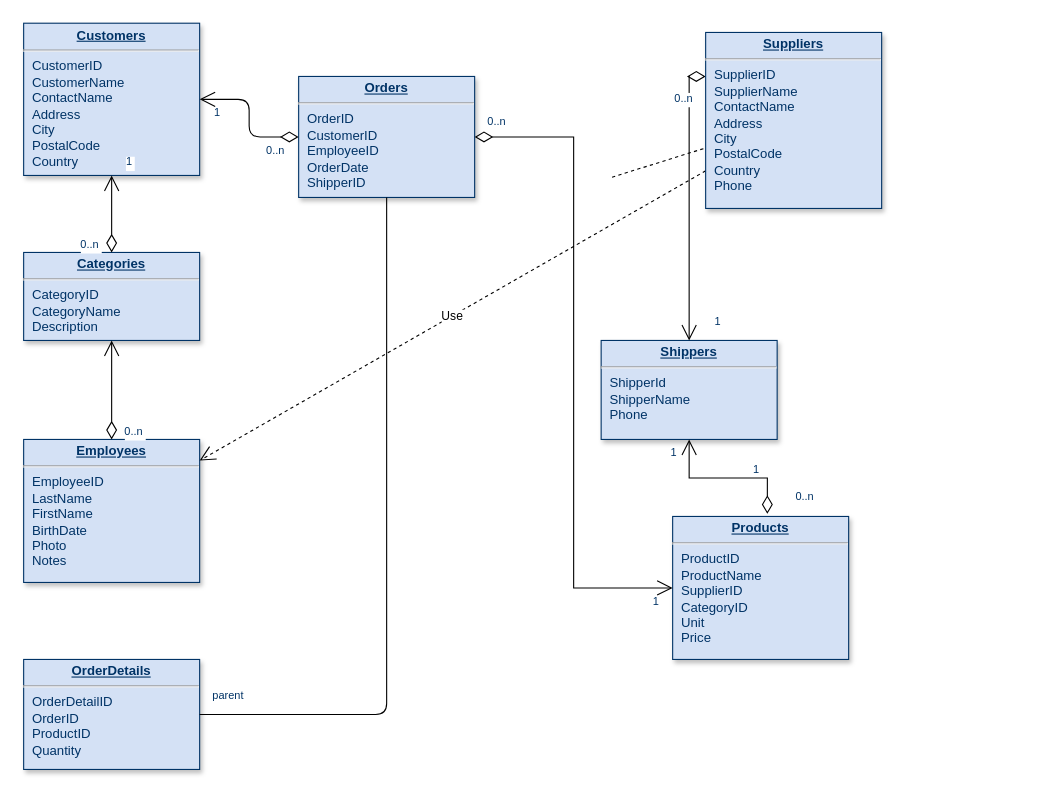
RainerKl/SQL keeps this draw.io diagram as Untitled Diagram.drawio. Above is the earlier version. Source tidied: cells renumbered, new cells numbered last; positions are measured from the earlier drawing's top-left corner, leaving out a move shared by most shapes. Both pictures are drawn from the tidied source at 110%, with x=0, y=0 at pixel (23, 23).
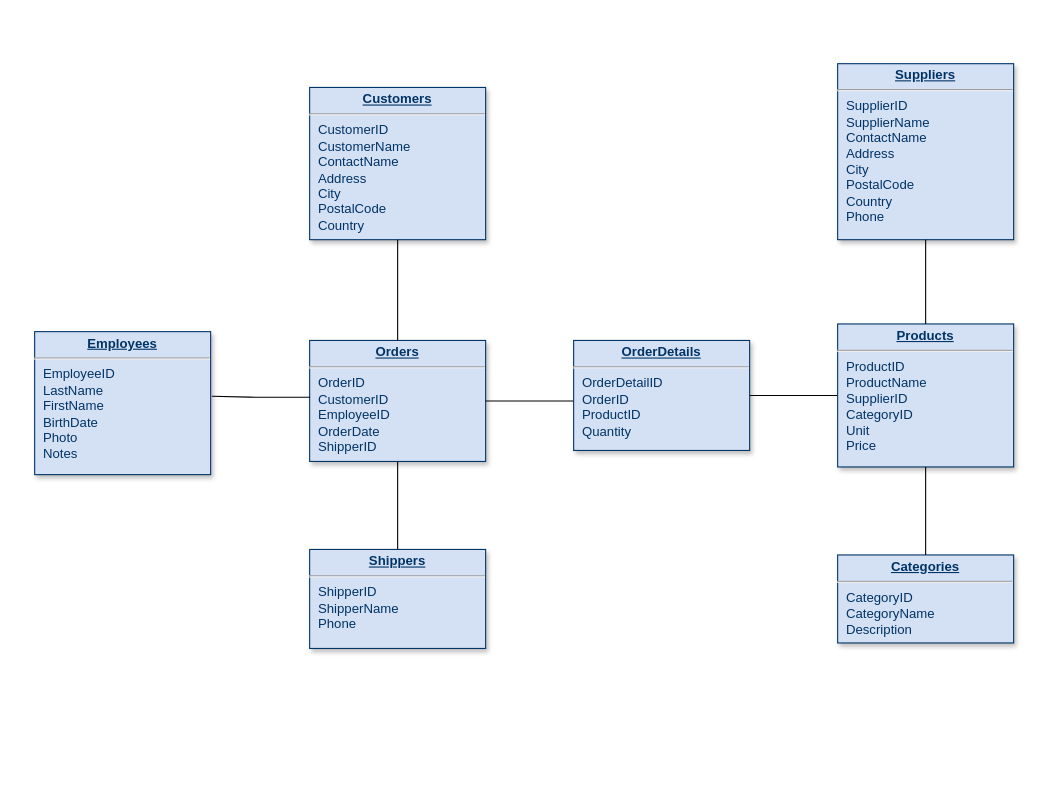
Above is the later version.

What changed in the source:
```diff
@@
     <mxCell id="2" value="&lt;p style=&quot;margin: 0px ; margin-top: 4px ; text-align: center ; text-decoration: underline&quot;&gt;&lt;b&gt;Employees&lt;/b&gt;&lt;/p&gt;&lt;hr&gt;&lt;p style=&quot;margin: 0px ; margin-left: 8px&quot;&gt;EmployeeID&lt;br&gt;LastName&lt;/p&gt;&lt;p style=&quot;margin: 0px ; margin-left: 8px&quot;&gt;FirstName&lt;/p&gt;&lt;p style=&quot;margin: 0px ; margin-left: 8px&quot;&gt;BirthDate&lt;/p&gt;&lt;p style=&quot;margin: 0px ; margin-left: 8px&quot;&gt;Photo&lt;/p&gt;&lt;p style=&quot;margin: 0px ; margin-left: 8px&quot;&gt;Notes&lt;/p&gt;" style="verticalAlign=top;align=left;overflow=fill;fontSize=12;fontFamily=Helvetica;html=1;strokeColor=#003366;shadow=1;fillColor=#D4E1F5;fontColor=#003366;" parent="1" vertex="1">
-      <mxGeometry y="378" width="160" height="130" as="geometry" />
+      <mxGeometry x="10" y="280" width="160" height="130" as="geometry" />
     </mxCell>
-    <mxCell id="3" value="&lt;p style=&quot;margin: 0px ; margin-top: 4px ; text-align: center ; text-decoration: underline&quot;&gt;&lt;b&gt;Categories&lt;/b&gt;&lt;/p&gt;&lt;hr&gt;&lt;p style=&quot;margin: 0px ; margin-left: 8px&quot;&gt;CategoryID&lt;/p&gt;&lt;p style=&quot;margin: 0px ; margin-left: 8px&quot;&gt;CategoryName&lt;/p&gt;&lt;p style=&quot;margin: 0px ; margin-left: 8px&quot;&gt;Description&lt;/p&gt;" style="verticalAlign=top;align=left;overflow=fill;fontSize=12;fontFamily=Helvetica;html=1;strokeColor=#003366;shadow=1;fillColor=#D4E1F5;fontColor=#003366;" parent="1" vertex="1">
-      <mxGeometry y="208" width="160" height="80" as="geometry" />
-    </mxCell>
-    <mxCell id="4" value="&lt;p style=&quot;margin: 0px ; margin-top: 4px ; text-align: center ; text-decoration: underline&quot;&gt;&lt;b&gt;Shippers&lt;/b&gt;&lt;/p&gt;&lt;hr&gt;&lt;p style=&quot;margin: 0px ; margin-left: 8px&quot;&gt;ShipperId&lt;/p&gt;&lt;p style=&quot;margin: 0px ; margin-left: 8px&quot;&gt;&lt;span&gt;ShipperName&lt;/span&gt;&lt;/p&gt;&lt;p style=&quot;margin: 0px ; margin-left: 8px&quot;&gt;&lt;span&gt;Phone&lt;/span&gt;&lt;/p&gt;" style="verticalAlign=top;align=left;overflow=fill;fontSize=12;fontFamily=Helvetica;html=1;strokeColor=#003366;shadow=1;fillColor=#D4E1F5;fontColor=#003366;" parent="1" vertex="1">
-      <mxGeometry x="525" y="288" width="160" height="90" as="geometry" />
+    <mxCell id="4" value="&lt;p style=&quot;margin: 0px ; margin-top: 4px ; text-align: center ; text-decoration: underline&quot;&gt;&lt;b&gt;Shippers&lt;/b&gt;&lt;/p&gt;&lt;hr&gt;&lt;p style=&quot;margin: 0px ; margin-left: 8px&quot;&gt;ShipperID&lt;/p&gt;&lt;p style=&quot;margin: 0px ; margin-left: 8px&quot;&gt;&lt;span&gt;ShipperName&lt;/span&gt;&lt;/p&gt;&lt;p style=&quot;margin: 0px ; margin-left: 8px&quot;&gt;&lt;span&gt;Phone&lt;/span&gt;&lt;/p&gt;" style="verticalAlign=top;align=left;overflow=fill;fontSize=12;fontFamily=Helvetica;html=1;strokeColor=#003366;shadow=1;fillColor=#D4E1F5;fontColor=#003366;" parent="1" vertex="1">
+      <mxGeometry x="260" y="478" width="160" height="90" as="geometry" />
     </mxCell>
     <mxCell id="5" value="&lt;p style=&quot;margin: 0px ; margin-top: 4px ; text-align: center ; text-decoration: underline&quot;&gt;&lt;strong&gt;Customers&lt;/strong&gt;&lt;/p&gt;&lt;hr&gt;&lt;p style=&quot;margin: 0px ; margin-left: 8px&quot;&gt;CustomerID&lt;/p&gt;&lt;p style=&quot;margin: 0px ; margin-left: 8px&quot;&gt;CustomerName&lt;/p&gt;&lt;p style=&quot;margin: 0px ; margin-left: 8px&quot;&gt;ContactName&lt;/p&gt;&lt;p style=&quot;margin: 0px ; margin-left: 8px&quot;&gt;Address&lt;/p&gt;&lt;p style=&quot;margin: 0px ; margin-left: 8px&quot;&gt;City&lt;/p&gt;&lt;p style=&quot;margin: 0px ; margin-left: 8px&quot;&gt;PostalCode&lt;/p&gt;&lt;p style=&quot;margin: 0px ; margin-left: 8px&quot;&gt;Country&lt;/p&gt;" style="verticalAlign=top;align=left;overflow=fill;fontSize=12;fontFamily=Helvetica;html=1;strokeColor=#003366;shadow=1;fillColor=#D4E1F5;fontColor=#003366;" parent="1" vertex="1">
-      <mxGeometry y="-0.4" width="160" height="138.4" as="geometry" />
+      <mxGeometry x="260" y="58" width="160" height="138.4" as="geometry" />
     </mxCell>
+    <mxCell id="8" value="&lt;p style=&quot;margin: 0px ; margin-top: 4px ; text-align: center ; text-decoration: underline&quot;&gt;&lt;b&gt;Orders&lt;/b&gt;&lt;/p&gt;&lt;hr&gt;&lt;p style=&quot;margin: 0px ; margin-left: 8px&quot;&gt;OrderID&lt;/p&gt;&lt;p style=&quot;margin: 0px ; margin-left: 8px&quot;&gt;CustomerID&lt;/p&gt;&lt;p style=&quot;margin: 0px ; margin-left: 8px&quot;&gt;EmployeeID&lt;/p&gt;&lt;p style=&quot;margin: 0px ; margin-left: 8px&quot;&gt;OrderDate&lt;/p&gt;&lt;p style=&quot;margin: 0px ; margin-left: 8px&quot;&gt;ShipperID&lt;/p&gt;" style="verticalAlign=top;align=left;overflow=fill;fontSize=12;fontFamily=Helvetica;html=1;strokeColor=#003366;shadow=1;fillColor=#D4E1F5;fontColor=#003366;" parent="1" vertex="1">
+      <mxGeometry x="260" y="288" width="160" height="110" as="geometry" />
+    </mxCell>
+    <mxCell id="12" style="endArrow=none;endSize=12;startArrow=none;startSize=14;startFill=0;edgeStyle=orthogonalEdgeStyle;rounded=0;endFill=0;exitX=1;exitY=0.5;exitDx=0;exitDy=0;" parent="1" edge="1" source="8" target="6">
+      <mxGeometry x="769.4" y="450" as="geometry">
+        <Array as="points">
+          <mxPoint x="490" y="343" />
+          <mxPoint x="490" y="343" />
+        </Array>
+      </mxGeometry>
+    </mxCell>
+    <mxCell id="18" style="endArrow=none;endSize=12;startArrow=none;startSize=14;startFill=0;edgeStyle=orthogonalEdgeStyle;entryX=0;entryY=0.5;rounded=0;entryDx=0;entryDy=0;endFill=0;exitX=1;exitY=0.5;exitDx=0;exitDy=0;" parent="1" edge="1" source="6" target="7">
+      <mxGeometry x="419.4" y="820" as="geometry" />
+    </mxCell>
+    <mxCell id="24" style="endArrow=none;endSize=12;startArrow=none;startSize=14;startFill=0;edgeStyle=orthogonalEdgeStyle;endFill=0;entryX=0.5;entryY=1;entryDx=0;entryDy=0;exitX=0.5;exitY=0;exitDx=0;exitDy=0;" parent="1" edge="1" source="8" target="5">
+      <mxGeometry x="369.4" y="360" as="geometry">
+        <Array as="points">
+          <mxPoint x="340" y="238" />
+          <mxPoint x="340" y="238" />
+        </Array>
+      </mxGeometry>
+    </mxCell>
+    <mxCell id="30" value="&lt;p style=&quot;margin: 0px ; margin-top: 4px ; text-align: center ; text-decoration: underline&quot;&gt;&lt;b&gt;Suppliers&lt;/b&gt;&lt;/p&gt;&lt;hr&gt;&lt;p style=&quot;margin: 0px ; margin-left: 8px&quot;&gt;SupplierID&lt;/p&gt;&lt;p style=&quot;margin: 0px ; margin-left: 8px&quot;&gt;SupplierName&lt;/p&gt;&lt;p style=&quot;margin: 0px ; margin-left: 8px&quot;&gt;ContactName&lt;/p&gt;&lt;p style=&quot;margin: 0px ; margin-left: 8px&quot;&gt;Address&lt;/p&gt;&lt;p style=&quot;margin: 0px ; margin-left: 8px&quot;&gt;City&lt;/p&gt;&lt;p style=&quot;margin: 0px ; margin-left: 8px&quot;&gt;PostalCode&lt;/p&gt;&lt;p style=&quot;margin: 0px ; margin-left: 8px&quot;&gt;Country&lt;/p&gt;&lt;p style=&quot;margin: 0px ; margin-left: 8px&quot;&gt;Phone&lt;/p&gt;" style="verticalAlign=top;align=left;overflow=fill;fontSize=12;fontFamily=Helvetica;html=1;strokeColor=#003366;shadow=1;fillColor=#D4E1F5;fontColor=#003366;" parent="1" vertex="1">
+      <mxGeometry x="740" y="36.4" width="160" height="160" as="geometry" />
+    </mxCell>
+    <mxCell id="7" value="&lt;p style=&quot;margin: 0px ; margin-top: 4px ; text-align: center ; text-decoration: underline&quot;&gt;&lt;strong&gt;Products&lt;/strong&gt;&lt;/p&gt;&lt;hr&gt;&lt;p style=&quot;margin: 0px ; margin-left: 8px&quot;&gt;ProductID&lt;/p&gt;&lt;p style=&quot;margin: 0px ; margin-left: 8px&quot;&gt;ProductName&lt;/p&gt;&lt;p style=&quot;margin: 0px ; margin-left: 8px&quot;&gt;SupplierID&lt;/p&gt;&lt;p style=&quot;margin: 0px ; margin-left: 8px&quot;&gt;CategoryID&lt;/p&gt;&lt;p style=&quot;margin: 0px ; margin-left: 8px&quot;&gt;Unit&lt;/p&gt;&lt;p style=&quot;margin: 0px ; margin-left: 8px&quot;&gt;Price&lt;/p&gt;" style="verticalAlign=top;align=left;overflow=fill;fontSize=12;fontFamily=Helvetica;html=1;strokeColor=#003366;shadow=1;fillColor=#D4E1F5;fontColor=#003366;" parent="1" vertex="1">
+      <mxGeometry x="740" y="273" width="160" height="130" as="geometry" />
+    </mxCell>
+    <mxCell id="32" style="endArrow=none;endSize=12;startArrow=none;startSize=14;startFill=0;edgeStyle=orthogonalEdgeStyle;entryX=1.007;entryY=0.452;entryDx=0;entryDy=0;entryPerimeter=0;exitX=0.003;exitY=0.47;exitDx=0;exitDy=0;exitPerimeter=0;endFill=0;" parent="1" edge="1" source="8" target="2">
+      <mxGeometry x="379.4" y="370" as="geometry" />
+    </mxCell>
+    <mxCell id="33" style="endArrow=none;endSize=12;startArrow=none;startSize=14;startFill=0;edgeStyle=orthogonalEdgeStyle;endFill=0;exitX=0.5;exitY=1;exitDx=0;exitDy=0;entryX=0.5;entryY=0;entryDx=0;entryDy=0;" parent="1" edge="1" source="8" target="4">
+      <mxGeometry x="645.4" y="372" as="geometry">
+        <Array as="points">
+          <mxPoint x="340" y="468" />
+          <mxPoint x="340" y="468" />
+        </Array>
+      </mxGeometry>
+    </mxCell>
+    <mxCell id="3" value="&lt;p style=&quot;margin: 0px ; margin-top: 4px ; text-align: center ; text-decoration: underline&quot;&gt;&lt;b&gt;Categories&lt;/b&gt;&lt;/p&gt;&lt;hr&gt;&lt;p style=&quot;margin: 0px ; margin-left: 8px&quot;&gt;CategoryID&lt;/p&gt;&lt;p style=&quot;margin: 0px ; margin-left: 8px&quot;&gt;CategoryName&lt;/p&gt;&lt;p style=&quot;margin: 0px ; margin-left: 8px&quot;&gt;Description&lt;/p&gt;" style="verticalAlign=top;align=left;overflow=fill;fontSize=12;fontFamily=Helvetica;html=1;strokeColor=#003366;shadow=1;fillColor=#D4E1F5;fontColor=#003366;" parent="1" vertex="1">
+      <mxGeometry x="740" y="483" width="160" height="80" as="geometry" />
+    </mxCell>
+    <mxCell id="34" style="endArrow=none;endSize=12;startArrow=none;startSize=14;startFill=0;edgeStyle=orthogonalEdgeStyle;rounded=0;endFill=0;exitX=0.5;exitY=0;exitDx=0;exitDy=0;entryX=0.5;entryY=1;entryDx=0;entryDy=0;" parent="1" edge="1" source="3" target="7">
+      <mxGeometry x="1129.4" y="460" as="geometry" />
+    </mxCell>
     <mxCell id="6" value="&lt;p style=&quot;margin: 0px ; margin-top: 4px ; text-align: center ; text-decoration: underline&quot;&gt;&lt;b&gt;OrderDetails&lt;/b&gt;&lt;/p&gt;&lt;hr&gt;&lt;p style=&quot;margin: 0px ; margin-left: 8px&quot;&gt;OrderDetailID&lt;/p&gt;&lt;p style=&quot;margin: 0px ; margin-left: 8px&quot;&gt;OrderID&lt;/p&gt;&lt;p style=&quot;margin: 0px ; margin-left: 8px&quot;&gt;ProductID&lt;/p&gt;&lt;p style=&quot;margin: 0px ; margin-left: 8px&quot;&gt;Quantity&lt;/p&gt;" style="verticalAlign=top;align=left;overflow=fill;fontSize=12;fontFamily=Helvetica;html=1;strokeColor=#003366;shadow=1;fillColor=#D4E1F5;fontColor=#003366;" parent="1" vertex="1">
-      <mxGeometry y="578" width="160" height="100" as="geometry" />
+      <mxGeometry x="500" y="288" width="160" height="100" as="geometry" />
     </mxCell>
-    <mxCell id="7" value="&lt;p style=&quot;margin: 0px ; margin-top: 4px ; text-align: center ; text-decoration: underline&quot;&gt;&lt;strong&gt;Products&lt;/strong&gt;&lt;/p&gt;&lt;hr&gt;&lt;p style=&quot;margin: 0px ; margin-left: 8px&quot;&gt;ProductID&lt;/p&gt;&lt;p style=&quot;margin: 0px ; margin-left: 8px&quot;&gt;ProductName&lt;/p&gt;&lt;p style=&quot;margin: 0px ; margin-left: 8px&quot;&gt;SupplierID&lt;/p&gt;&lt;p style=&quot;margin: 0px ; margin-left: 8px&quot;&gt;CategoryID&lt;/p&gt;&lt;p style=&quot;margin: 0px ; margin-left: 8px&quot;&gt;Unit&lt;/p&gt;&lt;p style=&quot;margin: 0px ; margin-left: 8px&quot;&gt;Price&lt;/p&gt;" style="verticalAlign=top;align=left;overflow=fill;fontSize=12;fontFamily=Helvetica;html=1;strokeColor=#003366;shadow=1;fillColor=#D4E1F5;fontColor=#003366;" parent="1" vertex="1">
-      <mxGeometry x="590" y="448" width="160" height="130" as="geometry" />
-    </mxCell>
-    <mxCell id="8" value="&lt;p style=&quot;margin: 0px ; margin-top: 4px ; text-align: center ; text-decoration: underline&quot;&gt;&lt;b&gt;Orders&lt;/b&gt;&lt;/p&gt;&lt;hr&gt;&lt;p style=&quot;margin: 0px ; margin-left: 8px&quot;&gt;OrderID&lt;/p&gt;&lt;p style=&quot;margin: 0px ; margin-left: 8px&quot;&gt;CustomerID&lt;/p&gt;&lt;p style=&quot;margin: 0px ; margin-left: 8px&quot;&gt;EmployeeID&lt;/p&gt;&lt;p style=&quot;margin: 0px ; margin-left: 8px&quot;&gt;OrderDate&lt;/p&gt;&lt;p style=&quot;margin: 0px ; margin-left: 8px&quot;&gt;ShipperID&lt;/p&gt;" style="verticalAlign=top;align=left;overflow=fill;fontSize=12;fontFamily=Helvetica;html=1;strokeColor=#003366;shadow=1;fillColor=#D4E1F5;fontColor=#003366;" parent="1" vertex="1">
-      <mxGeometry x="250" y="48" width="160" height="110" as="geometry" />
-    </mxCell>
-    <mxCell id="9" style="endArrow=open;endSize=12;startArrow=diamondThin;startSize=14;startFill=0;edgeStyle=orthogonalEdgeStyle;" parent="1" edge="1" source="2" target="3">
-      <mxGeometry y="160" as="geometry" />
-    </mxCell>
-    <mxCell id="10" value="0..n" style="align=left;verticalAlign=top;labelBackgroundColor=#ffffff;fontSize=10;strokeColor=#003366;shadow=1;fillColor=#D4E1F5;fontColor=#003366;" parent="9" vertex="1">
-      <mxGeometry x="-1" relative="1" as="geometry">
-        <mxPoint x="10" y="-20" as="offset" />
-      </mxGeometry>
-    </mxCell>
-    <mxCell id="11" value="1" style="align=right;verticalAlign=top;labelBackgroundColor=#ffffff;fontSize=10;strokeColor=#003366;shadow=1;fillColor=#D4E1F5;fontColor=#003366;" parent="9" vertex="1">
-      <mxGeometry x="1" relative="1" as="geometry">
-        <mxPoint x="590" y="105" as="offset" />
-      </mxGeometry>
-    </mxCell>
-    <mxCell id="12" style="endArrow=open;endSize=12;startArrow=diamondThin;startSize=14;startFill=0;edgeStyle=orthogonalEdgeStyle;exitX=0.538;exitY=-0.018;rounded=0;exitDx=0;exitDy=0;exitPerimeter=0;" parent="1" edge="1" source="7" target="4">
-      <mxGeometry x="769.4" y="450" as="geometry">
-        <Array as="points">
-          <mxPoint x="676" y="413" />
-          <mxPoint x="605" y="413" />
-        </Array>
-      </mxGeometry>
-    </mxCell>
-    <mxCell id="13" value="0..n" style="align=left;verticalAlign=top;labelBackgroundColor=#ffffff;fontSize=10;strokeColor=#003366;shadow=1;fillColor=#D4E1F5;fontColor=#003366;" parent="12" vertex="1">
-      <mxGeometry x="-1" relative="1" as="geometry">
-        <mxPoint x="24" y="-28" as="offset" />
-      </mxGeometry>
-    </mxCell>
-    <mxCell id="14" value="1" style="align=right;verticalAlign=top;labelBackgroundColor=#ffffff;fontSize=10;strokeColor=#003366;shadow=1;fillColor=#D4E1F5;fontColor=#003366;" parent="12" vertex="1">
-      <mxGeometry x="1" relative="1" as="geometry">
-        <mxPoint x="-10" as="offset" />
-      </mxGeometry>
-    </mxCell>
-    <mxCell id="15" style="endArrow=open;endSize=12;startArrow=diamondThin;startSize=14;startFill=0;edgeStyle=orthogonalEdgeStyle;exitX=0;exitY=0.25;rounded=0;" parent="1" edge="1" source="30" target="4">
-      <mxGeometry x="1209.4" y="170" as="geometry" />
-    </mxCell>
-    <mxCell id="16" value="0..n" style="align=left;verticalAlign=top;labelBackgroundColor=#ffffff;fontSize=10;strokeColor=#003366;shadow=1;fillColor=#D4E1F5;fontColor=#003366;" parent="15" vertex="1">
-      <mxGeometry x="-1" relative="1" as="geometry">
-        <mxPoint x="-30" y="7.5" as="offset" />
-      </mxGeometry>
-    </mxCell>
-    <mxCell id="17" value="1" style="align=right;verticalAlign=top;labelBackgroundColor=#ffffff;fontSize=10;strokeColor=#003366;shadow=1;fillColor=#D4E1F5;fontColor=#003366;" parent="15" vertex="1">
-      <mxGeometry x="1" relative="1" as="geometry">
-        <mxPoint x="30" y="-30" as="offset" />
-      </mxGeometry>
-    </mxCell>
-    <mxCell id="18" style="endArrow=open;endSize=12;startArrow=diamondThin;startSize=14;startFill=0;edgeStyle=orthogonalEdgeStyle;entryX=0;entryY=0.5;rounded=0;entryDx=0;entryDy=0;" parent="1" edge="1" source="8" target="7">
-      <mxGeometry x="419.4" y="820" as="geometry" />
-    </mxCell>
-    <mxCell id="19" value="0..n" style="align=left;verticalAlign=top;labelBackgroundColor=#ffffff;fontSize=10;strokeColor=#003366;shadow=1;fillColor=#D4E1F5;fontColor=#003366;" parent="18" vertex="1">
-      <mxGeometry x="-1" relative="1" as="geometry">
-        <mxPoint x="10" y="-26.2" as="offset" />
-      </mxGeometry>
-    </mxCell>
-    <mxCell id="20" value="1" style="align=right;verticalAlign=top;labelBackgroundColor=#ffffff;fontSize=10;strokeColor=#003366;shadow=1;fillColor=#D4E1F5;fontColor=#003366;" parent="18" vertex="1">
-      <mxGeometry x="1" relative="1" as="geometry">
-        <mxPoint x="-11.1" as="offset" />
-      </mxGeometry>
-    </mxCell>
-    <mxCell id="21" style="endArrow=open;endSize=12;startArrow=diamondThin;startSize=14;startFill=0;edgeStyle=orthogonalEdgeStyle;" parent="1" edge="1" source="3" target="5">
-      <mxGeometry x="519.4" y="200" as="geometry" />
-    </mxCell>
-    <mxCell id="22" value="0..n" style="align=left;verticalAlign=top;labelBackgroundColor=#ffffff;fontSize=10;strokeColor=#003366;shadow=1;fillColor=#D4E1F5;fontColor=#003366;" parent="21" vertex="1">
-      <mxGeometry x="-1" relative="1" as="geometry">
-        <mxPoint x="-30" y="-20" as="offset" />
-      </mxGeometry>
-    </mxCell>
-    <mxCell id="23" value="1" style="align=right;verticalAlign=top;labelBackgroundColor=#ffffff;fontSize=10;strokeColor=#003366;shadow=1;fillColor=#D4E1F5;fontColor=#003366;" parent="21" vertex="1">
-      <mxGeometry x="1" relative="1" as="geometry">
-        <mxPoint x="20" y="-25" as="offset" />
-      </mxGeometry>
-    </mxCell>
-    <mxCell id="24" style="endArrow=open;endSize=12;startArrow=diamondThin;startSize=14;startFill=0;edgeStyle=orthogonalEdgeStyle;" parent="1" edge="1" source="8" target="5">
-      <mxGeometry x="369.4" y="360" as="geometry" />
-    </mxCell>
-    <mxCell id="25" value="0..n" style="align=left;verticalAlign=top;labelBackgroundColor=#ffffff;fontSize=10;strokeColor=#003366;shadow=1;fillColor=#D4E1F5;fontColor=#003366;" parent="24" vertex="1">
-      <mxGeometry x="-1" relative="1" as="geometry">
-        <mxPoint x="-31.1" as="offset" />
-      </mxGeometry>
-    </mxCell>
-    <mxCell id="26" value="1" style="align=right;verticalAlign=top;labelBackgroundColor=#ffffff;fontSize=10;strokeColor=#003366;shadow=1;fillColor=#D4E1F5;fontColor=#003366;" parent="24" vertex="1">
-      <mxGeometry x="1" relative="1" as="geometry">
-        <mxPoint x="20" as="offset" />
-      </mxGeometry>
-    </mxCell>
-    <mxCell id="27" value="Use" style="endArrow=open;endSize=12;dashed=1;startArrow=none;" parent="1" edge="1" source="30" target="2">
-      <mxGeometry x="430" y="50" as="geometry" />
-    </mxCell>
-    <mxCell id="28" style="endArrow=none;edgeStyle=orthogonalEdgeStyle;" parent="1" edge="1" source="6" target="8">
-      <mxGeometry x="190" y="950" as="geometry" />
-    </mxCell>
-    <mxCell id="29" value="parent" style="align=left;verticalAlign=bottom;labelBackgroundColor=#ffffff;fontSize=10;strokeColor=#003366;shadow=1;fillColor=#D4E1F5;fontColor=#003366;" parent="28" vertex="1">
-      <mxGeometry x="-1" relative="1" as="geometry">
-        <mxPoint x="10" y="-10" as="offset" />
-      </mxGeometry>
-    </mxCell>
-    <mxCell id="30" value="&lt;p style=&quot;margin: 0px ; margin-top: 4px ; text-align: center ; text-decoration: underline&quot;&gt;&lt;b&gt;Suppliers&lt;/b&gt;&lt;/p&gt;&lt;hr&gt;&lt;p style=&quot;margin: 0px ; margin-left: 8px&quot;&gt;SupplierID&lt;/p&gt;&lt;p style=&quot;margin: 0px ; margin-left: 8px&quot;&gt;SupplierName&lt;/p&gt;&lt;p style=&quot;margin: 0px ; margin-left: 8px&quot;&gt;ContactName&lt;/p&gt;&lt;p style=&quot;margin: 0px ; margin-left: 8px&quot;&gt;Address&lt;/p&gt;&lt;p style=&quot;margin: 0px ; margin-left: 8px&quot;&gt;City&lt;/p&gt;&lt;p style=&quot;margin: 0px ; margin-left: 8px&quot;&gt;PostalCode&lt;/p&gt;&lt;p style=&quot;margin: 0px ; margin-left: 8px&quot;&gt;Country&lt;/p&gt;&lt;p style=&quot;margin: 0px ; margin-left: 8px&quot;&gt;Phone&lt;/p&gt;" style="verticalAlign=top;align=left;overflow=fill;fontSize=12;fontFamily=Helvetica;html=1;strokeColor=#003366;shadow=1;fillColor=#D4E1F5;fontColor=#003366;" parent="1" vertex="1">
-      <mxGeometry x="620" y="8" width="160" height="160" as="geometry" />
-    </mxCell>
-    <mxCell id="31" style="endArrow=none;endSize=12;dashed=1;" parent="1" edge="1" target="30">
-      <mxGeometry x="430" y="50" as="geometry">
-        <mxPoint x="534.9" y="139.6" as="sourcePoint" />
-      </mxGeometry>
-    </mxCell>
+    <mxCell id="35" style="endArrow=none;endSize=12;startArrow=none;startSize=14;startFill=0;edgeStyle=orthogonalEdgeStyle;rounded=0;endFill=0;exitX=0.5;exitY=1;exitDx=0;exitDy=0;entryX=0.5;entryY=0;entryDx=0;entryDy=0;" parent="1" edge="1" source="30" target="7">
+      <mxGeometry x="1010.4" y="460" as="geometry">
+        <Array as="points">
+          <mxPoint x="820" y="228" />
+          <mxPoint x="820" y="228" />
+        </Array>
+      </mxGeometry>
+    </mxCell>
```
